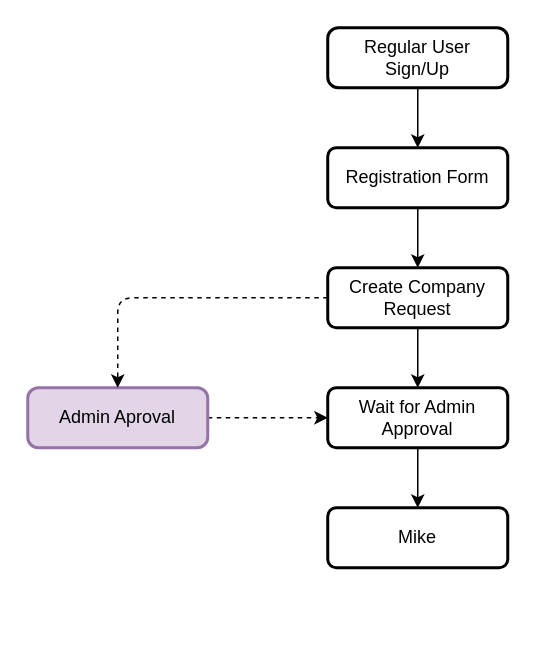
waltermayor/basis keeps this draw.io diagram as Untitled Diagram.drawio. Above is the earlier version. Source tidied: cells renumbered, new cells numbered last; positions are measured from the earlier drawing's top-left corner, leaving out a move shared by most shapes. Both pictures are drawn from the tidied source at 150%, with x=0, y=0 at pixel (27, 27).
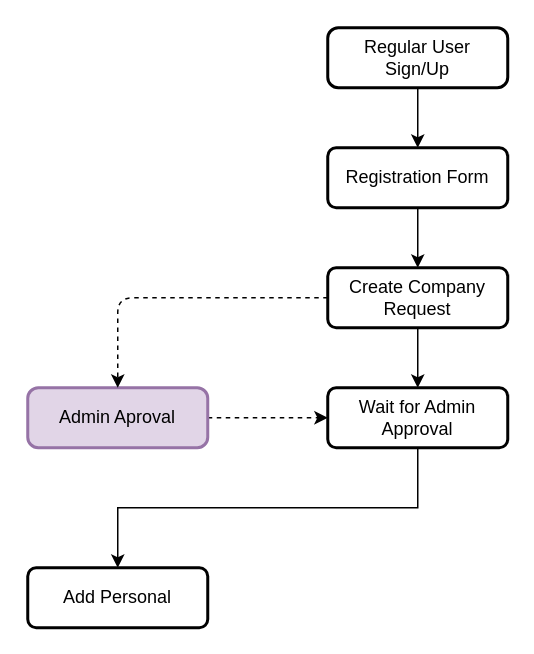
Above is the later version.

What changed in the source:
```diff
@@
 <mxGraphModel>
   <root>
     <mxCell id="0" />
     <mxCell id="1" parent="0" />
     <mxCell id="2" style="edgeStyle=orthogonalEdgeStyle;rounded=0;jettySize=auto;html=1;" parent="1" edge="1" source="3" target="5">
       <mxGeometry relative="1" as="geometry" />
     </mxCell>
     <mxCell id="3" value="Regular User&lt;br&gt;Sign/Up" style="rounded=1;whiteSpace=wrap;html=1;absoluteArcSize=1;arcSize=14;strokeWidth=2;" parent="1" vertex="1">
       <mxGeometry x="200" width="120" height="40" as="geometry" />
     </mxCell>
     <mxCell id="4" style="edgeStyle=orthogonalEdgeStyle;rounded=0;jettySize=auto;html=1;" parent="1" edge="1" source="5" target="7">
       <mxGeometry relative="1" as="geometry" />
     </mxCell>
     <mxCell id="5" value="Registration Form" style="whiteSpace=wrap;html=1;rounded=1;strokeWidth=2;arcSize=14;" parent="1" vertex="1">
       <mxGeometry x="200" y="80" width="120" height="40" as="geometry" />
     </mxCell>
     <mxCell id="6" style="edgeStyle=orthogonalEdgeStyle;rounded=0;jettySize=auto;html=1;" parent="1" edge="1" source="7" target="9">
       <mxGeometry relative="1" as="geometry" />
     </mxCell>
     <mxCell id="7" value="Create Company&lt;br&gt;Request" style="whiteSpace=wrap;html=1;rounded=1;strokeWidth=2;arcSize=14;" parent="1" vertex="1">
       <mxGeometry x="200" y="160" width="120" height="40" as="geometry" />
     </mxCell>
     <mxCell id="8" style="edgeStyle=orthogonalEdgeStyle;rounded=0;jettySize=auto;html=1;" parent="1" edge="1" source="9" target="12">
-      <mxGeometry relative="1" as="geometry" />
+      <mxGeometry relative="1" as="geometry">
+        <Array as="points">
+          <mxPoint x="260" y="320" />
+          <mxPoint x="60" y="320" />
+        </Array>
+      </mxGeometry>
     </mxCell>
     <mxCell id="9" value="Wait for Admin Approval" style="whiteSpace=wrap;html=1;rounded=1;strokeWidth=2;arcSize=14;" parent="1" vertex="1">
       <mxGeometry x="200" y="240" width="120" height="40" as="geometry" />
     </mxCell>
     <mxCell id="10" style="edgeStyle=orthogonalEdgeStyle;rounded=0;jettySize=auto;html=1;dashed=1;" parent="1" edge="1" source="11" target="9">
       <mxGeometry relative="1" as="geometry" />
     </mxCell>
     <mxCell id="11" value="Admin Aproval" style="rounded=1;whiteSpace=wrap;html=1;absoluteArcSize=1;arcSize=14;strokeWidth=2;fillColor=#e1d5e7;strokeColor=#9673a6;" parent="1" vertex="1">
       <mxGeometry y="240" width="120" height="40" as="geometry" />
     </mxCell>
-    <mxCell id="12" value="Mike" style="whiteSpace=wrap;html=1;rounded=1;strokeWidth=2;arcSize=14;" parent="1" vertex="1">
-      <mxGeometry x="200" y="320" width="120" height="40" as="geometry" />
+    <mxCell id="12" value="Add Personal" style="whiteSpace=wrap;html=1;rounded=1;strokeWidth=2;arcSize=14;" parent="1" vertex="1">
+      <mxGeometry y="360" width="120" height="40" as="geometry" />
     </mxCell>
     <mxCell id="13" style="endArrow=classic;html=1;exitX=0;exitY=0.5;exitDx=0;exitDy=0;entryX=0.5;entryY=0;entryDx=0;entryDy=0;dashed=1;" parent="1" edge="1" source="7" target="11">
       <mxGeometry relative="1" as="geometry">
         <Array as="points">
           <mxPoint x="60" y="180" />
         </Array>
       </mxGeometry>
     </mxCell>
   </root>
 </mxGraphModel>
```
